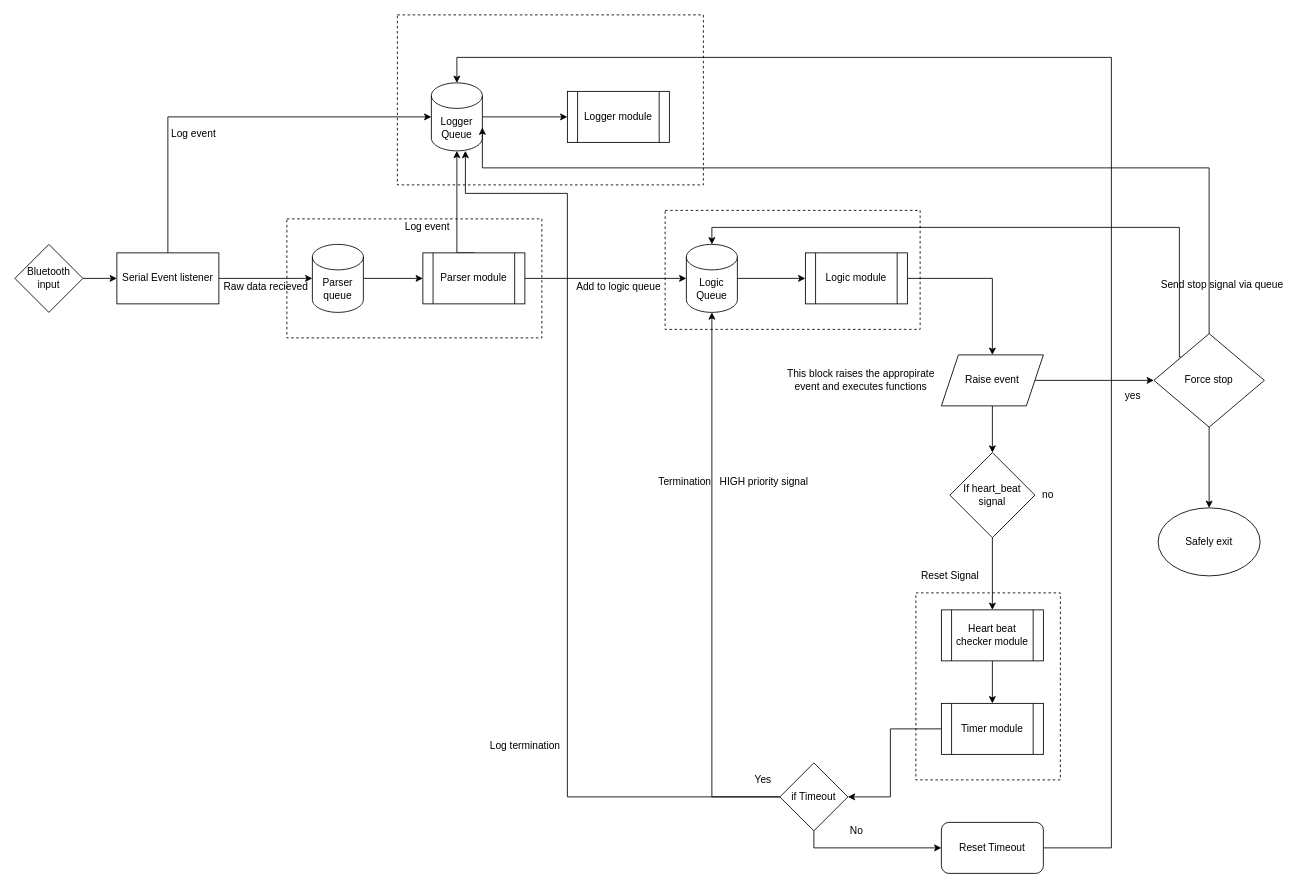
Earlier version of the draw.io diagram Untitled Diagram.drawio (arjun1299/PancreasGUI). Source tidied: cells renumbered, new cells numbered last; positions are measured from the earlier drawing's top-left corner, leaving out a move shared by most shapes. Both pictures are drawn from the tidied source at 85%, with x=0, y=0 at pixel (14, 14).
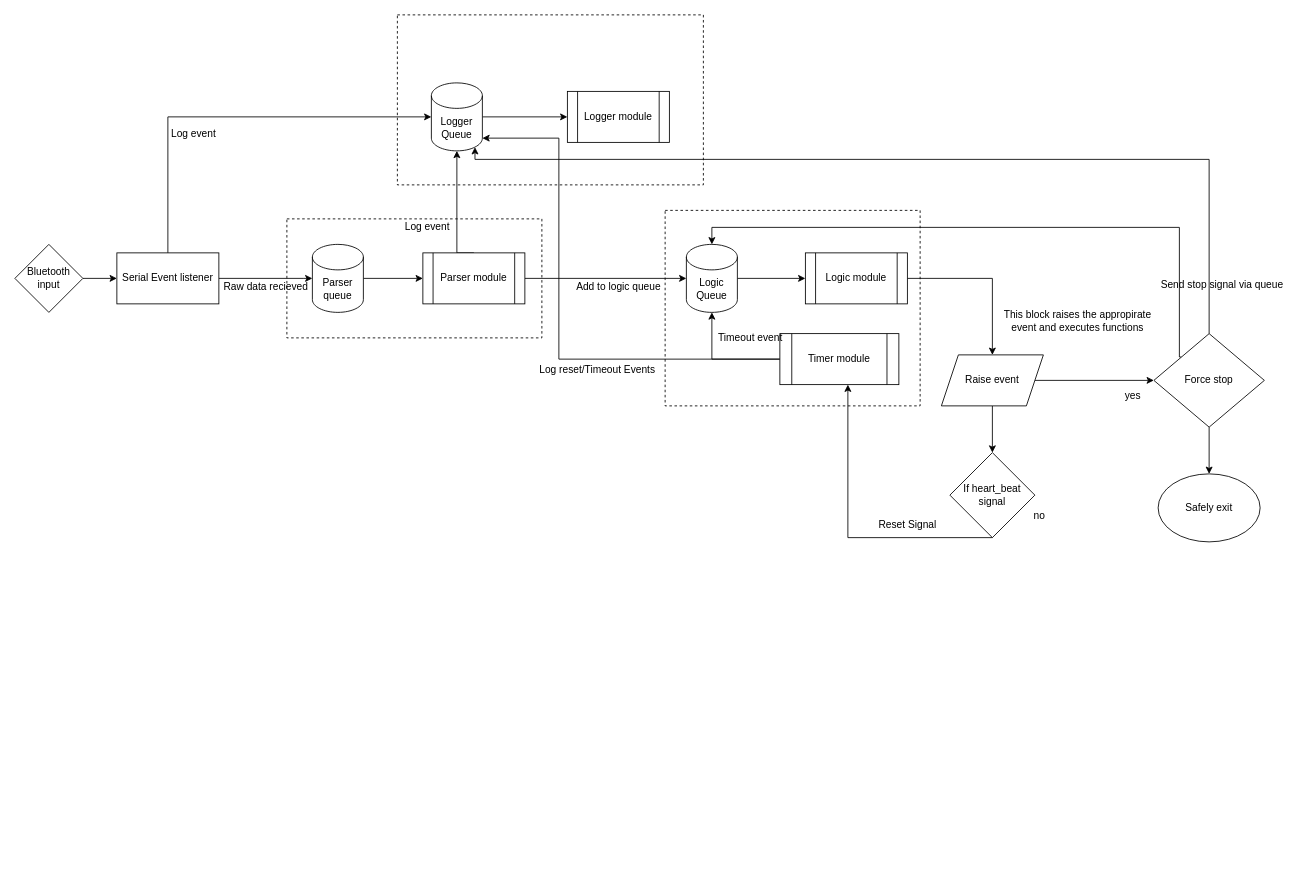
The same page after the edit.

Unchanged cells that the change refers to:
```xml
<mxCell id="19" value="Logger Queue" style="shape=cylinder3;whiteSpace=wrap;html=1;boundedLbl=1;backgroundOutline=1;size=15;" parent="1" vertex="1">
  <mxGeometry x="490" y="80" width="60" height="80" as="geometry" />
</mxCell>
<mxCell id="21" value="Logic Queue" style="shape=cylinder3;whiteSpace=wrap;html=1;boundedLbl=1;backgroundOutline=1;size=15;" parent="1" vertex="1">
  <mxGeometry x="790" y="270" width="60" height="80" as="geometry" />
</mxCell>
<mxCell id="27" value="If heart_beat signal" style="rhombus;whiteSpace=wrap;html=1;" parent="1" vertex="1">
  <mxGeometry x="1100" y="515" width="100" height="100" as="geometry" />
</mxCell>
<mxCell id="48" value="Force stop" style="rhombus;whiteSpace=wrap;html=1;" parent="1" vertex="1">
  <mxGeometry x="1340" y="375" width="130" height="110" as="geometry" />
</mxCell>
```

Diff of the diagram source:
```diff
@@
     <mxCell id="2" style="verticalLabelPosition=bottom;verticalAlign=top;html=1;shape=mxgraph.basic.rect;fillColor2=none;strokeWidth=1;size=20;indent=5;dashed=1;" parent="1" vertex="1">
-      <mxGeometry x="765" y="230" width="300" height="140" as="geometry" />
+      <mxGeometry x="765" y="230" width="300" height="230" as="geometry" />
     </mxCell>
-    <mxCell id="3" style="verticalLabelPosition=bottom;verticalAlign=top;html=1;shape=mxgraph.basic.rect;fillColor2=none;strokeWidth=1;size=20;indent=5;dashed=1;" parent="1" vertex="1">
-      <mxGeometry x="1060" y="680" width="170" height="220" as="geometry" />
-    </mxCell>
@@
-    <mxCell id="26" style="edgeStyle=orthogonalEdgeStyle;rounded=0;jettySize=auto;html=1;exitX=0.5;exitY=1;exitDx=0;exitDy=0;entryX=0.5;entryY=0;entryDx=0;entryDy=0;" parent="1" edge="1" source="27" target="54">
-      <mxGeometry relative="1" as="geometry" />
-    </mxCell>
@@
     <mxCell id="28" value="Reset Signal" style="text;html=1;align=center;verticalAlign=middle;" parent="1" vertex="1">
-      <mxGeometry x="1060" y="650" width="80" height="20" as="geometry" />
+      <mxGeometry x="1010" y="590" width="80" height="20" as="geometry" />
     </mxCell>
     <mxCell id="29" value="no" style="text;html=1;align=center;verticalAlign=middle;" parent="1" vertex="1">
-      <mxGeometry x="1200" y="555" width="30" height="20" as="geometry" />
+      <mxGeometry x="1190" y="580" width="30" height="20" as="geometry" />
     </mxCell>
-    <mxCell id="30" style="edgeStyle=orthogonalEdgeStyle;rounded=0;jettySize=auto;html=1;entryX=0.5;entryY=1;entryDx=0;entryDy=0;entryPerimeter=0;" parent="1" edge="1" source="32" target="21">
-      <mxGeometry relative="1" as="geometry" />
-    </mxCell>
-    <mxCell id="31" style="edgeStyle=orthogonalEdgeStyle;rounded=0;jettySize=auto;html=1;exitX=0.5;exitY=1;exitDx=0;exitDy=0;entryX=0;entryY=0.5;entryDx=0;entryDy=0;" parent="1" edge="1" source="32" target="39">
-      <mxGeometry relative="1" as="geometry" />
-    </mxCell>
-    <mxCell id="32" value="if Timeout " style="rhombus;whiteSpace=wrap;html=1;" parent="1" vertex="1">
-      <mxGeometry x="900" y="880" width="80" height="80" as="geometry" />
-    </mxCell>
-    <mxCell id="33" style="edgeStyle=orthogonalEdgeStyle;rounded=0;jettySize=auto;html=1;exitX=0;exitY=0.5;exitDx=0;exitDy=0;entryX=0.667;entryY=1;entryDx=0;entryDy=0;entryPerimeter=0;" parent="1" edge="1" source="32" target="19">
-      <mxGeometry relative="1" as="geometry">
-        <Array as="points">
-          <mxPoint x="650" y="920" />
-          <mxPoint x="650" y="210" />
-          <mxPoint x="530" y="210" />
-        </Array>
-      </mxGeometry>
-    </mxCell>
-    <mxCell id="34" value="Termination &amp;nbsp; HIGH priority signal" style="text;html=1;align=center;verticalAlign=middle;" parent="1" vertex="1">
-      <mxGeometry x="750" y="540" width="190" height="20" as="geometry" />
-    </mxCell>
-    <mxCell id="35" value="Yes" style="text;html=1;align=center;verticalAlign=middle;" parent="1" vertex="1">
-      <mxGeometry x="860" y="890" width="40" height="20" as="geometry" />
-    </mxCell>
-    <mxCell id="36" style="edgeStyle=orthogonalEdgeStyle;rounded=0;jettySize=auto;html=1;exitX=0;exitY=0.5;exitDx=0;exitDy=0;entryX=1;entryY=0.5;entryDx=0;entryDy=0;" parent="1" edge="1" source="37" target="32">
-      <mxGeometry relative="1" as="geometry">
-        <Array as="points">
-          <mxPoint x="1030" y="840" />
-          <mxPoint x="1030" y="920" />
-        </Array>
-      </mxGeometry>
-    </mxCell>
+    <mxCell id="56" style="edgeStyle=orthogonalEdgeStyle;rounded=0;jettySize=auto;html=1;" parent="1" edge="1" source="37" target="21">
+      <mxGeometry relative="1" as="geometry" />
+    </mxCell>
+    <mxCell id="57" style="edgeStyle=orthogonalEdgeStyle;rounded=0;jettySize=auto;html=1;entryX=1;entryY=1;entryDx=0;entryDy=-15;entryPerimeter=0;" parent="1" edge="1" source="37" target="19">
+      <mxGeometry relative="1" as="geometry">
+        <Array as="points">
+          <mxPoint x="640" y="405" />
+          <mxPoint x="640" y="145" />
+        </Array>
+      </mxGeometry>
+    </mxCell>
     <mxCell id="37" value="Timer module" style="shape=process;whiteSpace=wrap;html=1;backgroundOutline=1;" parent="1" vertex="1">
-      <mxGeometry x="1090" y="810" width="120" height="60" as="geometry" />
+      <mxGeometry x="900" y="375" width="140" height="60" as="geometry" />
     </mxCell>
-    <mxCell id="38" style="edgeStyle=orthogonalEdgeStyle;rounded=0;jettySize=auto;html=1;exitX=1;exitY=0.5;exitDx=0;exitDy=0;entryX=0.5;entryY=0;entryDx=0;entryDy=0;entryPerimeter=0;" parent="1" edge="1" source="39" target="19">
-      <mxGeometry relative="1" as="geometry">
-        <Array as="points">
-          <mxPoint x="1290" y="980" />
-          <mxPoint x="1290" y="50" />
-          <mxPoint x="520" y="50" />
-        </Array>
-      </mxGeometry>
-    </mxCell>
-    <mxCell id="39" value="Reset Timeout" style="rounded=1;whiteSpace=wrap;html=1;" parent="1" vertex="1">
-      <mxGeometry x="1090" y="950" width="120" height="60" as="geometry" />
-    </mxCell>
@@
-    <mxCell id="44" value="Log termination" style="text;html=1;align=center;verticalAlign=middle;" parent="1" vertex="1">
-      <mxGeometry x="550" y="850" width="100" height="20" as="geometry" />
-    </mxCell>
-    <mxCell id="45" style="edgeStyle=orthogonalEdgeStyle;rounded=0;jettySize=auto;html=1;exitX=0.5;exitY=0;exitDx=0;exitDy=0;entryX=1;entryY=0;entryDx=0;entryDy=52.5;entryPerimeter=0;" parent="1" edge="1" source="48" target="19">
+    <mxCell id="45" style="edgeStyle=orthogonalEdgeStyle;rounded=0;jettySize=auto;html=1;exitX=0.5;exitY=0;exitDx=0;exitDy=0;entryX=0.855;entryY=1;entryDx=0;entryDy=-4.35;entryPerimeter=0;" parent="1" edge="1" source="48" target="19">
       <mxGeometry relative="1" as="geometry">
         <Array as="points">
-          <mxPoint x="1405" y="180" />
-          <mxPoint x="550" y="180" />
+          <mxPoint x="1405" y="170" />
+          <mxPoint x="541" y="170" />
         </Array>
       </mxGeometry>
     </mxCell>
@@
     <mxCell id="50" value="&lt;div&gt;This block raises the appropirate &lt;br&gt;&lt;/div&gt;&lt;div&gt;event and executes functions&lt;/div&gt;" style="text;html=1;align=center;verticalAlign=middle;" parent="1" vertex="1">
-      <mxGeometry x="900" y="415" width="190" height="30" as="geometry" />
+      <mxGeometry x="1155" y="345" width="190" height="30" as="geometry" />
     </mxCell>
@@
     <mxCell id="52" value="Safely exit" style="ellipse;whiteSpace=wrap;html=1;" parent="1" vertex="1">
-      <mxGeometry x="1345" y="580" width="120" height="80" as="geometry" />
+      <mxGeometry x="1345" y="540" width="120" height="80" as="geometry" />
     </mxCell>
-    <mxCell id="53" style="edgeStyle=orthogonalEdgeStyle;rounded=0;jettySize=auto;html=1;" parent="1" edge="1" source="54" target="37">
-      <mxGeometry relative="1" as="geometry" />
+    <mxCell id="53" style="edgeStyle=orthogonalEdgeStyle;rounded=0;jettySize=auto;html=1;exitX=0.5;exitY=1;exitDx=0;exitDy=0;" parent="1" edge="1" source="27" target="37">
+      <mxGeometry relative="1" as="geometry">
+        <Array as="points">
+          <mxPoint x="980" y="615" />
+        </Array>
+      </mxGeometry>
     </mxCell>
-    <mxCell id="54" value="Heart beat checker module" style="shape=process;whiteSpace=wrap;html=1;backgroundOutline=1;" parent="1" vertex="1">
-      <mxGeometry x="1090" y="700" width="120" height="60" as="geometry" />
-    </mxCell>
-    <mxCell id="55" value="No" style="text;html=1;align=center;verticalAlign=middle;" parent="1" vertex="1">
-      <mxGeometry x="975" y="950" width="30" height="20" as="geometry" />
-    </mxCell>
+    <mxCell id="58" value="Timeout event" style="text;html=1;align=center;verticalAlign=middle;" parent="1" vertex="1">
+      <mxGeometry x="820" y="370" width="90" height="20" as="geometry" />
+    </mxCell>
+    <mxCell id="59" value="&lt;div&gt;Log reset/Timeout Events&lt;/div&gt;&lt;div&gt;&lt;br&gt;&lt;/div&gt;" style="text;html=1;align=center;verticalAlign=middle;" parent="1" vertex="1">
+      <mxGeometry x="610" y="410" width="150" height="30" as="geometry" />
+    </mxCell>
```
